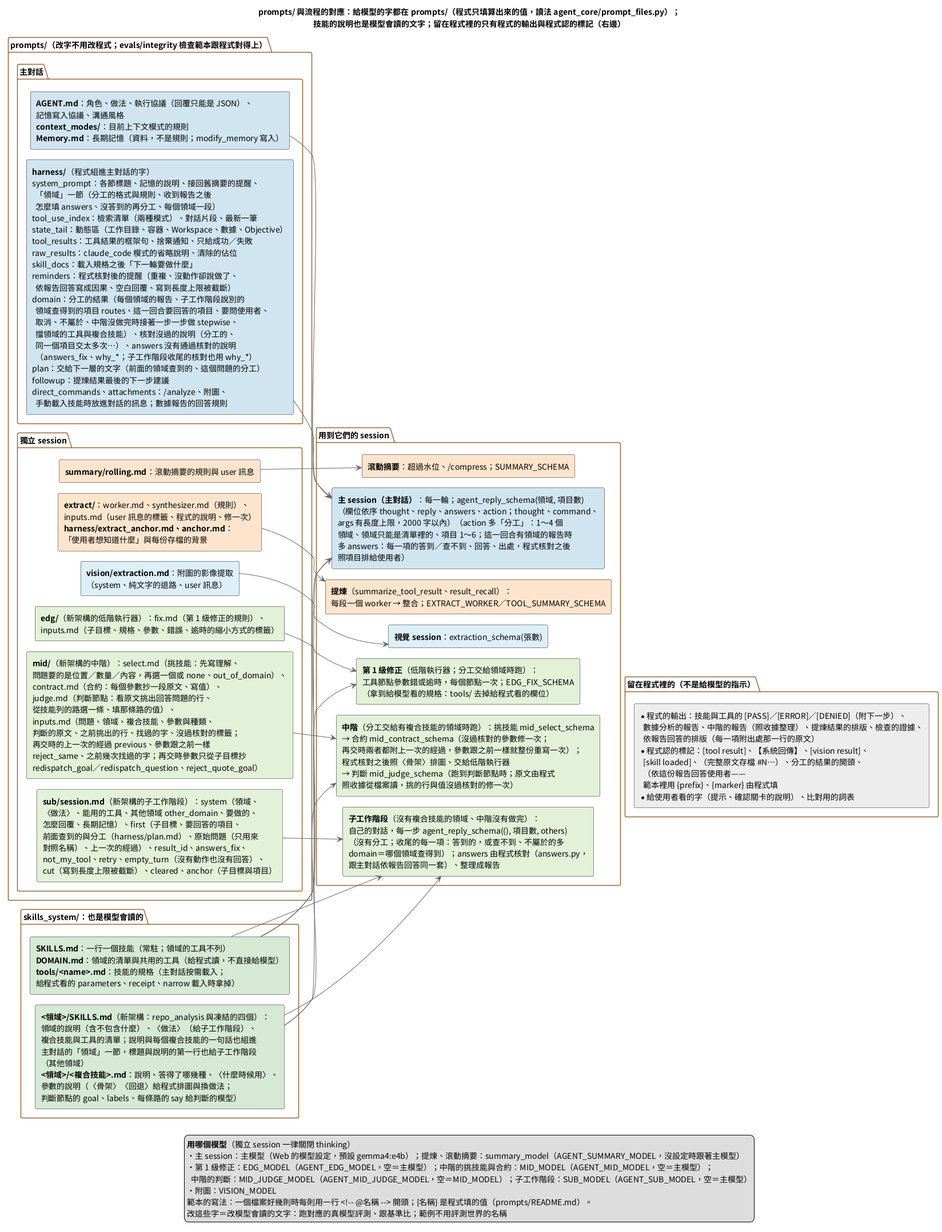
Earlier version of the PlantUML export doc/images/prompts與流程的對應.png (DavidZox/Coding_agnet).
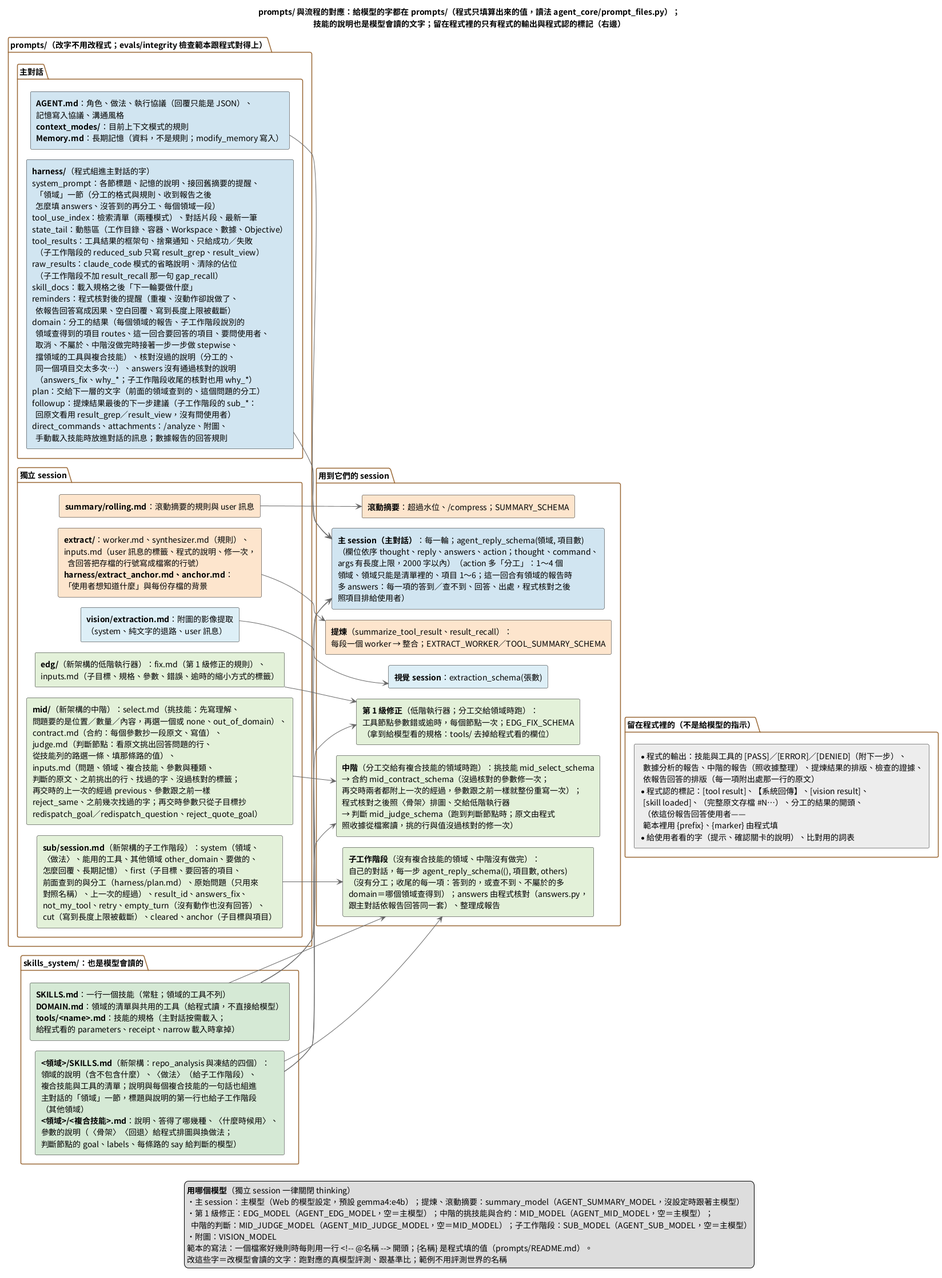
Above is the later version.

What changed in the source:
```diff
@@ -26,7 +26,9 @@
       tool_use_index：檢索清單（兩種模式）、對話片段、最新一筆
       state_tail：動態區（工作目錄、容器、Workspace、數據、Objective）
       tool_results：工具結果的框架句、捨棄通知、只給成功／失敗
+        （子工作階段的 reduced_sub 只寫 result_grep、result_view）
       raw_results：claude_code 模式的省略說明、清除的佔位
+        （子工作階段不加 result_recall 那一句 gap_recall）
       skill_docs：載入規格之後「下一輪要做什麼」
       reminders：程式核對後的提醒（重複、沒動作卻說做了、
         依報告回答寫成因果、空白回覆、寫到長度上限被截斷）
@@ -37,7 +39,8 @@
         同一個項目交太多次…）、answers 沒有通過核對的說明
         （answers_fix、why_*；子工作階段收尾的核對也用 why_*）
       plan：交給下一層的文字（前面的領域查到的、這個問題的分工）
-      followup：提煉結果最後的下一步建議
+      followup：提煉結果最後的下一步建議（子工作階段的 sub_*：
+        回原文看用 result_grep／result_view，沒有問使用者）
       direct_commands、attachments：/analyze、附圖、
         手動載入技能時放進對話的訊息；數據報告的回答規則
     ]
@@ -48,7 +51,8 @@
     ]
     rectangle P_EXTRACT #FCE5CD [
       **extract/**：worker.md、synthesizer.md（規則）、
-      inputs.md（user 訊息的標籤、程式的說明、修一次）
+      inputs.md（user 訊息的標籤、程式的說明、修一次，
+        含回答把存檔的行號寫成檔案的行號）
       **harness/extract_anchor.md、anchor.md**：
       「使用者想知道什麼」與每份存檔的背景
     ]
```
